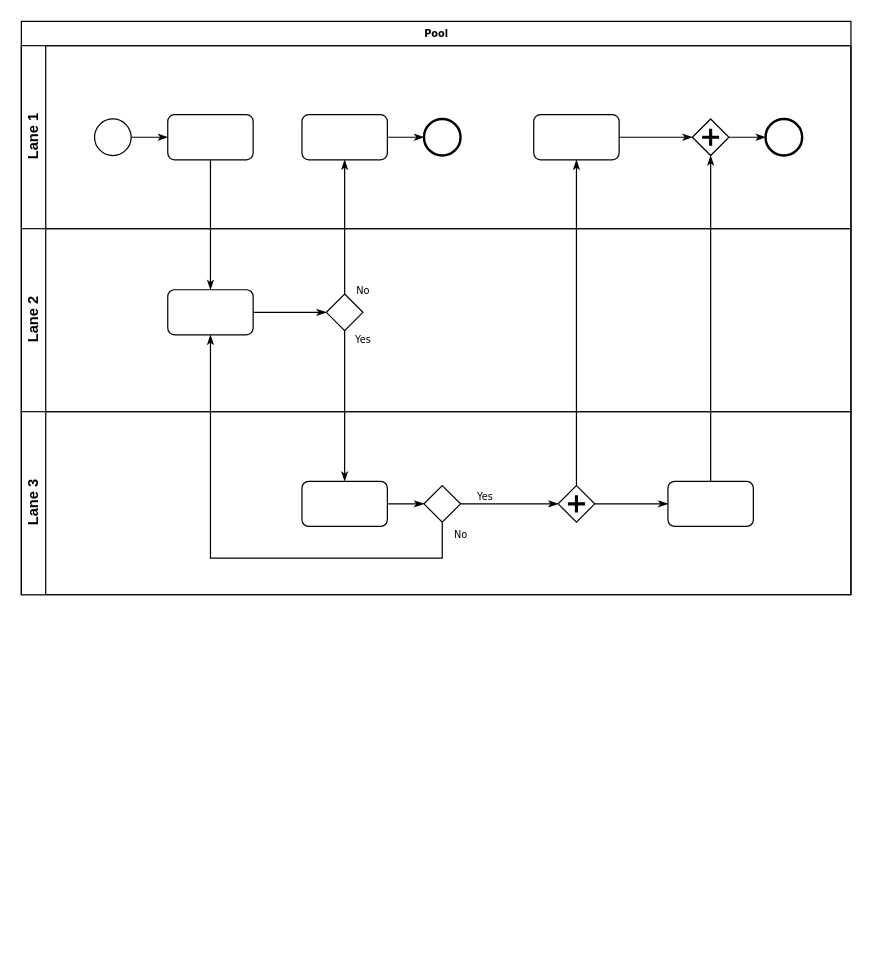
Before: Thesis.drawio in SecretUnicorn/Nim, a draw.io diagram. Source tidied: cells renumbered, new cells numbered last; positions are measured from the earlier drawing's top-left corner, leaving out a move shared by most shapes. Both pictures are drawn from the tidied source at 122%, with x=0, y=0 at pixel (21, 21).
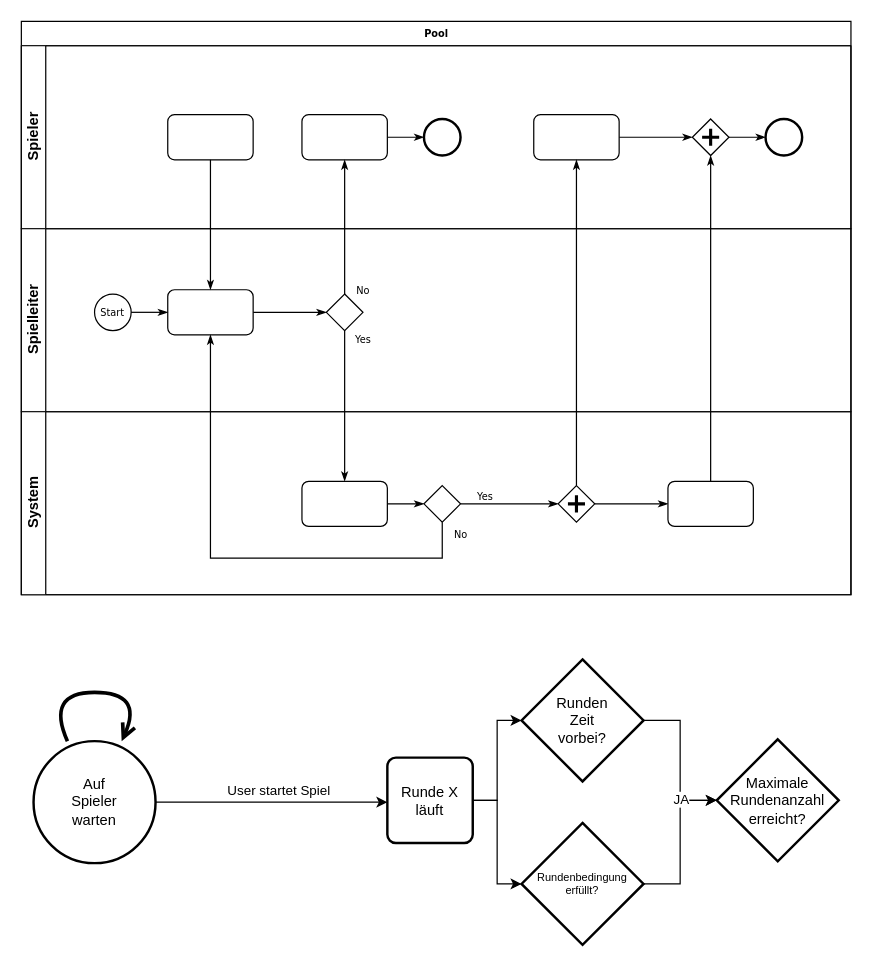
The same page after the edit.

Unchanged cells that the change refers to:
```xml
<mxCell id="2" value="Pool" style="swimlane;html=1;horizontal=1;startSize=20;rounded=0;shadow=0;labelBackgroundColor=none;strokeWidth=1;fontFamily=Verdana;fontSize=8;align=center;" parent="1" vertex="1">
  <mxGeometry width="680" height="470" as="geometry" />
</mxCell>
<mxCell id="6" style="rounded=1;whiteSpace=wrap;html=1;shadow=0;labelBackgroundColor=none;strokeWidth=1;fontFamily=Verdana;fontSize=8;align=center;" parent="3" vertex="1">
  <mxGeometry x="120" y="56.5" width="70" height="37" as="geometry" />
</mxCell>
```

Diff of the diagram source:
```diff
@@
-    <mxCell id="3" value="Lane 1" style="swimlane;html=1;startSize=20;horizontal=0;" parent="2" vertex="1">
+    <mxCell id="3" value="&lt;div&gt;Spieler&lt;/div&gt;" style="swimlane;html=1;startSize=20;horizontal=0;" parent="2" vertex="1">
       <mxGeometry y="20" width="680" height="150" as="geometry" />
     </mxCell>
-    <mxCell id="4" style="edgeStyle=orthogonalEdgeStyle;rounded=0;html=1;labelBackgroundColor=none;startArrow=none;startFill=0;startSize=5;endArrow=classicThin;endFill=1;endSize=5;jettySize=auto;strokeWidth=1;fontFamily=Verdana;fontSize=8;" parent="3" edge="1" source="5" target="6">
-      <mxGeometry relative="1" as="geometry" />
-    </mxCell>
-    <mxCell id="5" style="ellipse;whiteSpace=wrap;html=1;rounded=0;shadow=0;labelBackgroundColor=none;strokeWidth=1;fontFamily=Verdana;fontSize=8;align=center;" parent="3" vertex="1">
-      <mxGeometry x="60" y="60" width="30" height="30" as="geometry" />
-    </mxCell>
@@
-    <mxCell id="15" value="Lane 2" style="swimlane;html=1;startSize=20;horizontal=0;" parent="2" vertex="1">
+    <mxCell id="15" value="Spielleiter" style="swimlane;html=1;startSize=20;horizontal=0;" parent="2" vertex="1">
       <mxGeometry y="170" width="680" height="150" as="geometry" />
     </mxCell>
@@
+    <mxCell id="5" value="Start" style="ellipse;whiteSpace=wrap;html=1;rounded=0;shadow=0;labelBackgroundColor=none;strokeWidth=1;fontFamily=Verdana;fontSize=8;align=center;" parent="15" vertex="1">
+      <mxGeometry x="60" y="53.5" width="30" height="30" as="geometry" />
+    </mxCell>
+    <mxCell id="4" style="edgeStyle=orthogonalEdgeStyle;rounded=0;html=1;labelBackgroundColor=none;startArrow=none;startFill=0;startSize=5;endArrow=classicThin;endFill=1;endSize=5;jettySize=auto;strokeWidth=1;fontFamily=Verdana;fontSize=8;" parent="15" edge="1" source="5">
+      <mxGeometry relative="1" as="geometry">
+        <mxPoint x="120" y="68.5" as="targetPoint" />
+      </mxGeometry>
+    </mxCell>
-    <mxCell id="19" value="Lane 3" style="swimlane;html=1;startSize=20;horizontal=0;" parent="2" vertex="1">
+    <mxCell id="19" value="&lt;div&gt;System&lt;/div&gt;" style="swimlane;html=1;startSize=20;horizontal=0;" parent="2" vertex="1">
       <mxGeometry y="320" width="680" height="150" as="geometry" />
     </mxCell>
@@
+    <mxCell id="33" style="edgeStyle=orthogonalEdgeStyle;rounded=0;jettySize=auto;html=1;" parent="1" edge="1" source="35">
+      <mxGeometry relative="1" as="geometry">
+        <mxPoint x="300" y="640" as="targetPoint" />
+      </mxGeometry>
+    </mxCell>
+    <mxCell id="34" value="User startet Spiel" style="edgeLabel;html=1;align=center;verticalAlign=middle;" parent="33" vertex="1">
+      <mxGeometry x="0.36" relative="1" as="geometry">
+        <mxPoint x="-29" y="-10" as="offset" />
+      </mxGeometry>
+    </mxCell>
+    <mxCell id="35" value="&lt;div&gt;Auf&lt;/div&gt;&lt;div&gt;Spieler&lt;/div&gt;&lt;div&gt;warten&lt;br&gt;&lt;/div&gt;" style="strokeWidth=2;html=1;shape=mxgraph.flowchart.start_2;whiteSpace=wrap;" parent="1" vertex="1">
+      <mxGeometry x="10" y="590" width="100" height="100" as="geometry" />
+    </mxCell>
+    <mxCell id="36" style="endArrow=open;startArrow=none;endFill=0;startFill=0;endSize=8;html=1;verticalAlign=bottom;labelBackgroundColor=none;strokeWidth=3;jumpStyle=sharp;curved=1;shadow=0;" parent="1" edge="1" source="35" target="35">
+      <mxGeometry relative="1" as="geometry">
+        <Array as="points">
+          <mxPoint x="100" y="550" />
+        </Array>
+      </mxGeometry>
+    </mxCell>
+    <mxCell id="37" value="&lt;div&gt;Runde X&lt;/div&gt;&lt;div&gt;läuft&lt;br&gt;&lt;/div&gt;" style="rounded=1;whiteSpace=wrap;html=1;absoluteArcSize=1;arcSize=14;strokeWidth=2;" parent="1" vertex="1">
+      <mxGeometry x="300" y="603.5" width="70" height="70" as="geometry" />
+    </mxCell>
+    <mxCell id="38" style="edgeStyle=orthogonalEdgeStyle;rounded=0;jettySize=auto;html=1;exitX=1;exitY=0.5;exitDx=0;exitDy=0;exitPerimeter=0;" parent="1" edge="1" source="39" target="43">
+      <mxGeometry relative="1" as="geometry" />
+    </mxCell>
+    <mxCell id="39" value="&lt;div&gt;Runden&lt;/div&gt;&lt;div&gt;Zeit&lt;/div&gt;&lt;div&gt;vorbei?&lt;br&gt;&lt;/div&gt;" style="strokeWidth=2;html=1;shape=mxgraph.flowchart.decision;whiteSpace=wrap;" parent="1" vertex="1">
+      <mxGeometry x="410" y="523" width="100" height="100" as="geometry" />
+    </mxCell>
+    <mxCell id="40" value="&lt;div style=&quot;font-size: 9px;&quot;&gt;&lt;font style=&quot;font-size: 9px;&quot;&gt;Rundenbedingung&lt;/font&gt;&lt;/div&gt;&lt;div style=&quot;font-size: 9px;&quot;&gt;&lt;font style=&quot;font-size: 9px;&quot;&gt;erfüllt?&lt;font style=&quot;font-size: 9px;&quot;&gt;&lt;br style=&quot;font-size: 9px;&quot;&gt;&lt;/font&gt;&lt;/font&gt;&lt;/div&gt;" style="strokeWidth=2;html=1;shape=mxgraph.flowchart.decision;whiteSpace=wrap;fontSize=9;" parent="1" vertex="1">
+      <mxGeometry x="410" y="657" width="100" height="100" as="geometry" />
+    </mxCell>
+    <mxCell id="41" style="edgeStyle=orthogonalEdgeStyle;rounded=0;jettySize=auto;html=1;exitX=1;exitY=0.5;exitDx=0;exitDy=0;entryX=0;entryY=0.5;entryDx=0;entryDy=0;entryPerimeter=0;" parent="1" edge="1" source="37" target="39">
+      <mxGeometry relative="1" as="geometry" />
+    </mxCell>
+    <mxCell id="42" style="edgeStyle=orthogonalEdgeStyle;rounded=0;jettySize=auto;html=1;exitX=1;exitY=0.5;exitDx=0;exitDy=0;entryX=0;entryY=0.5;entryDx=0;entryDy=0;entryPerimeter=0;" parent="1" edge="1" source="37" target="40">
+      <mxGeometry relative="1" as="geometry" />
+    </mxCell>
+    <mxCell id="43" value="&lt;div&gt;Maximale Rundenanzahl&lt;/div&gt;&lt;div&gt;erreicht?&lt;br&gt;&lt;/div&gt;" style="strokeWidth=2;html=1;shape=mxgraph.flowchart.decision;whiteSpace=wrap;" parent="1" vertex="1">
+      <mxGeometry x="570" y="588.5" width="100" height="100" as="geometry" />
+    </mxCell>
+    <mxCell id="44" style="edgeStyle=orthogonalEdgeStyle;rounded=0;jettySize=auto;html=1;exitX=1;exitY=0.5;exitDx=0;exitDy=0;exitPerimeter=0;entryX=0;entryY=0.5;entryDx=0;entryDy=0;entryPerimeter=0;" parent="1" edge="1" source="40" target="43">
+      <mxGeometry relative="1" as="geometry" />
+    </mxCell>
+    <mxCell id="45" value="JA" style="edgeLabel;html=1;align=center;verticalAlign=middle;" parent="44" vertex="1">
+      <mxGeometry x="0.54" y="1" relative="1" as="geometry" />
+    </mxCell>
```
